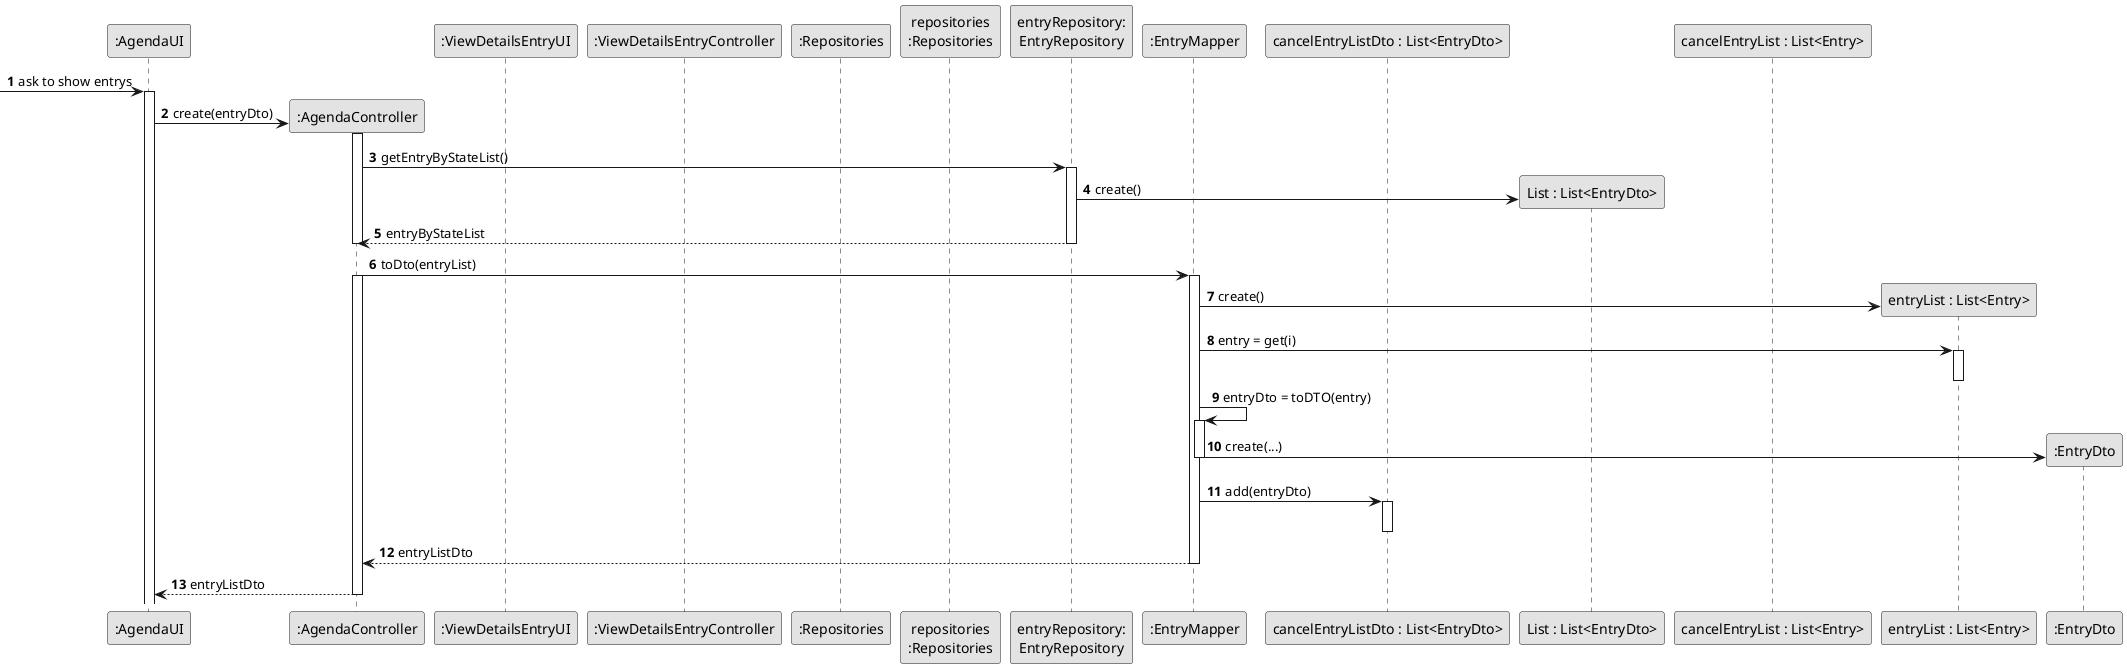
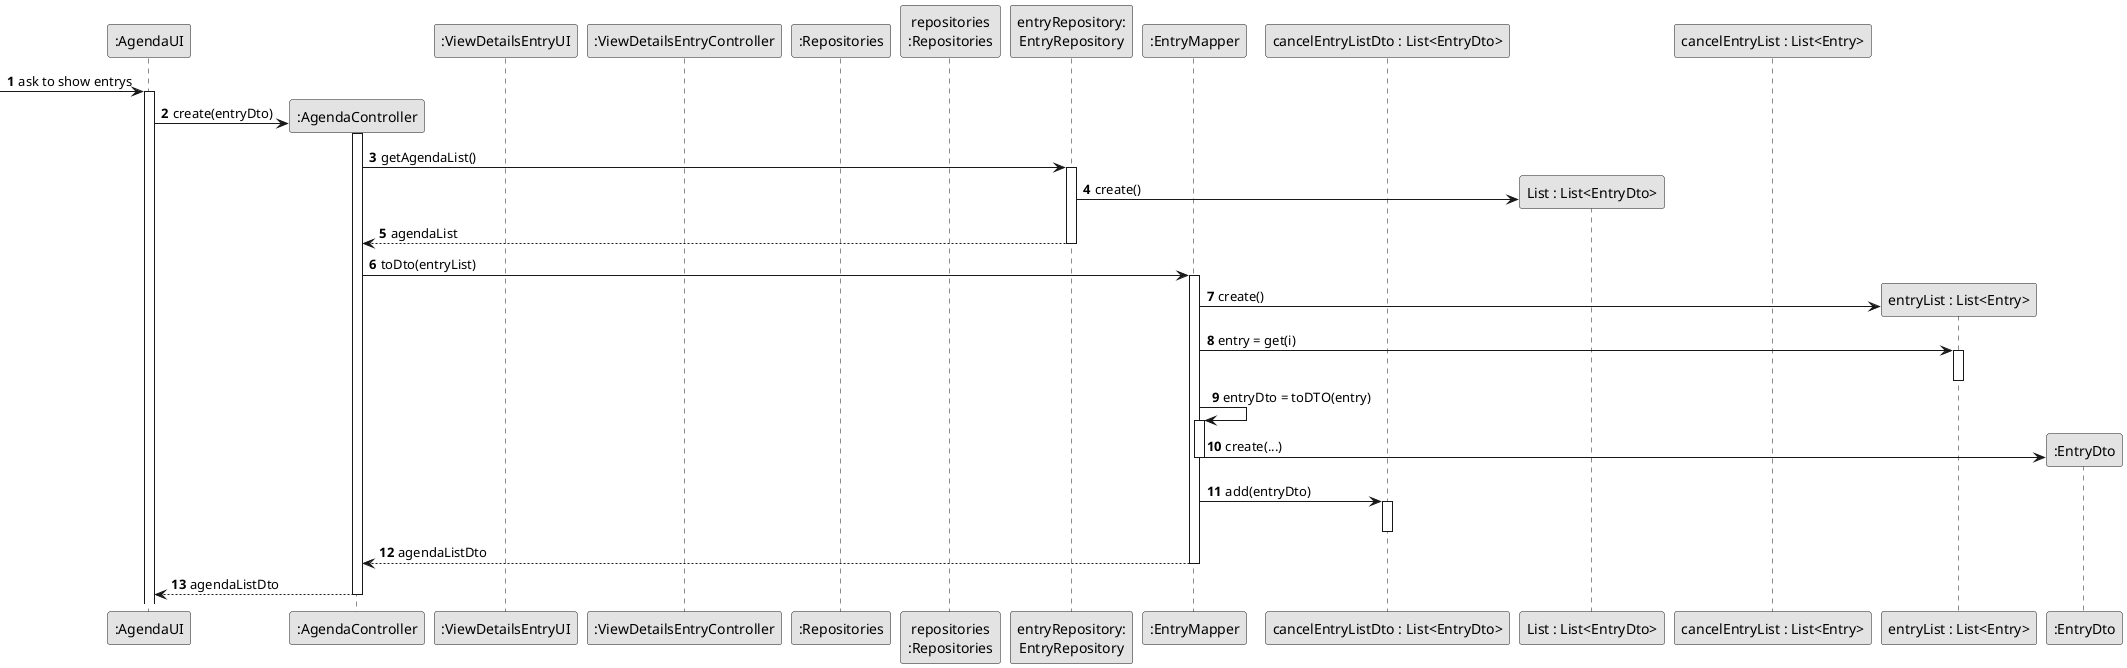
@startuml
skinparam monochrome true
skinparam packageStyle rectangle
skinparam shadowing false

autonumber

'hide footbox

participant ":AgendaUI" as AgendaUI
participant ":AgendaController" as AgendaController
participant ":ViewDetailsEntryUI" as UI
participant ":ViewDetailsEntryController" as CTRL
participant ":Repositories" as RepositorySingleton
participant "repositories\n:Repositories" as PLAT
participant "entryRepository:\nEntryRepository" as EntryRepository
participant ":EntryMapper" as MAPPER
participant "cancelEntryListDto : List<EntryDto>" as ListDTO
participant "List : List<EntryDto>" as EntryDtoList
participant "cancelEntryList : List<Entry>" as List
participant "entryList : List<Entry>" as EntryList
participant ":EntryDto" as EntryDto

        -> AgendaUI: ask to show entrys
        activate AgendaUI

        AgendaUI -> AgendaController**: create(entryDto)
        activate AgendaController


-         AgendaController -> EntryRepository: getEntryByStateList()
+         AgendaController -> EntryRepository: getAgendaList()
        activate EntryRepository

        EntryRepository -> EntryDtoList**: create()

-         EntryRepository --> AgendaController: entryByStateList
+         EntryRepository --> AgendaController: agendaList
        deactivate EntryRepository
-         deactivate AgendaController
+ 

        AgendaController -> MAPPER: toDto(entryList)
        activate MAPPER
-         activate AgendaController
+ 

        MAPPER -> EntryList** : create()

        MAPPER -> EntryList : entry = get(i)
        activate EntryList
        deactivate EntryList

        MAPPER -> MAPPER : entryDto = toDTO(entry)
        activate MAPPER

        MAPPER -> EntryDto**  : create(...)
        deactivate MAPPER

        MAPPER -> ListDTO : add(entryDto)
        activate ListDTO
        deactivate ListDTO

-         MAPPER --> AgendaController : entryListDto
+         MAPPER --> AgendaController : agendaListDto
        deactivate MAPPER

-         AgendaController --> AgendaUI: entryListDto
+         AgendaController --> AgendaUI: agendaListDto
        deactivate AgendaController




@enduml